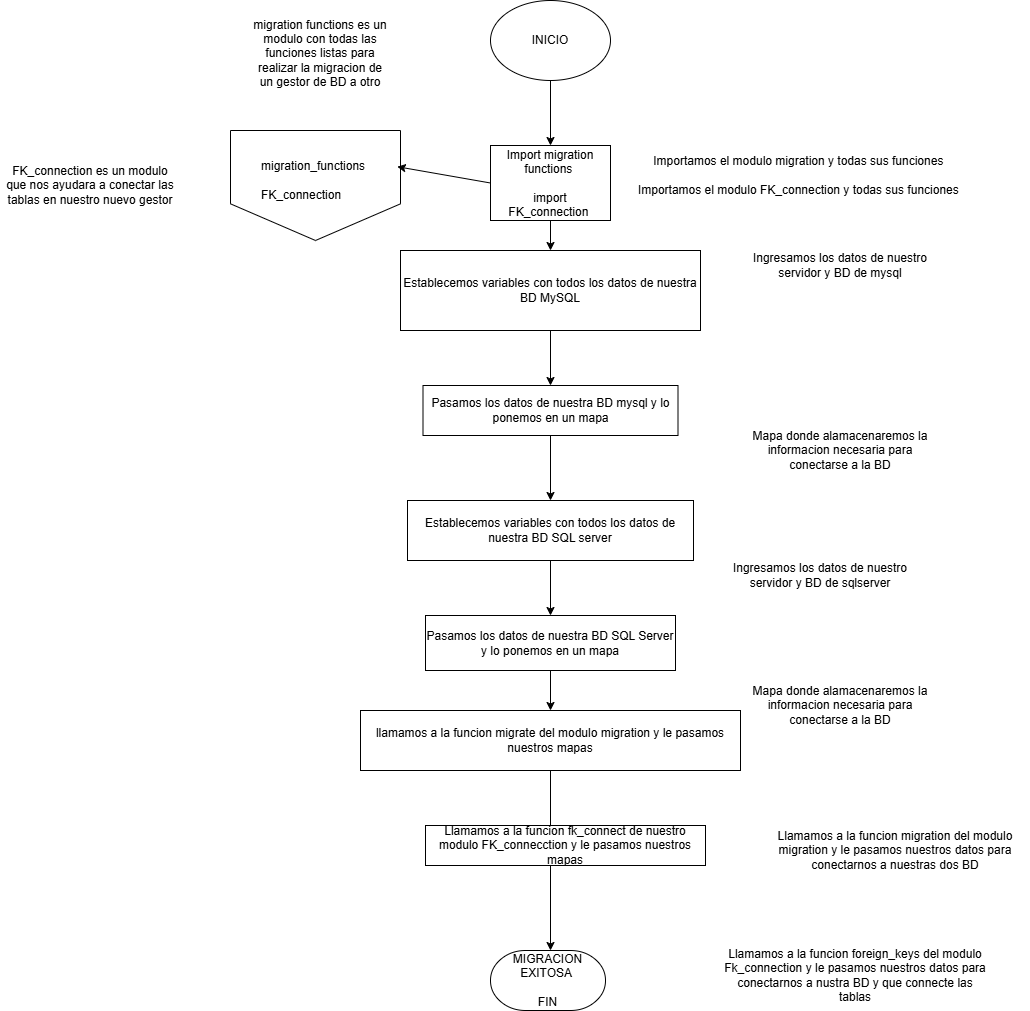
Before: Documentación/Diagramas/MIGRATION/Main.drawio.png, a diagram exported from draw.io (AlfredoZC/Coffee-shop). Source tidied: cells renumbered, new cells last; positions are measured from the earlier drawing's top-left corner, leaving out a move shared by most shapes.
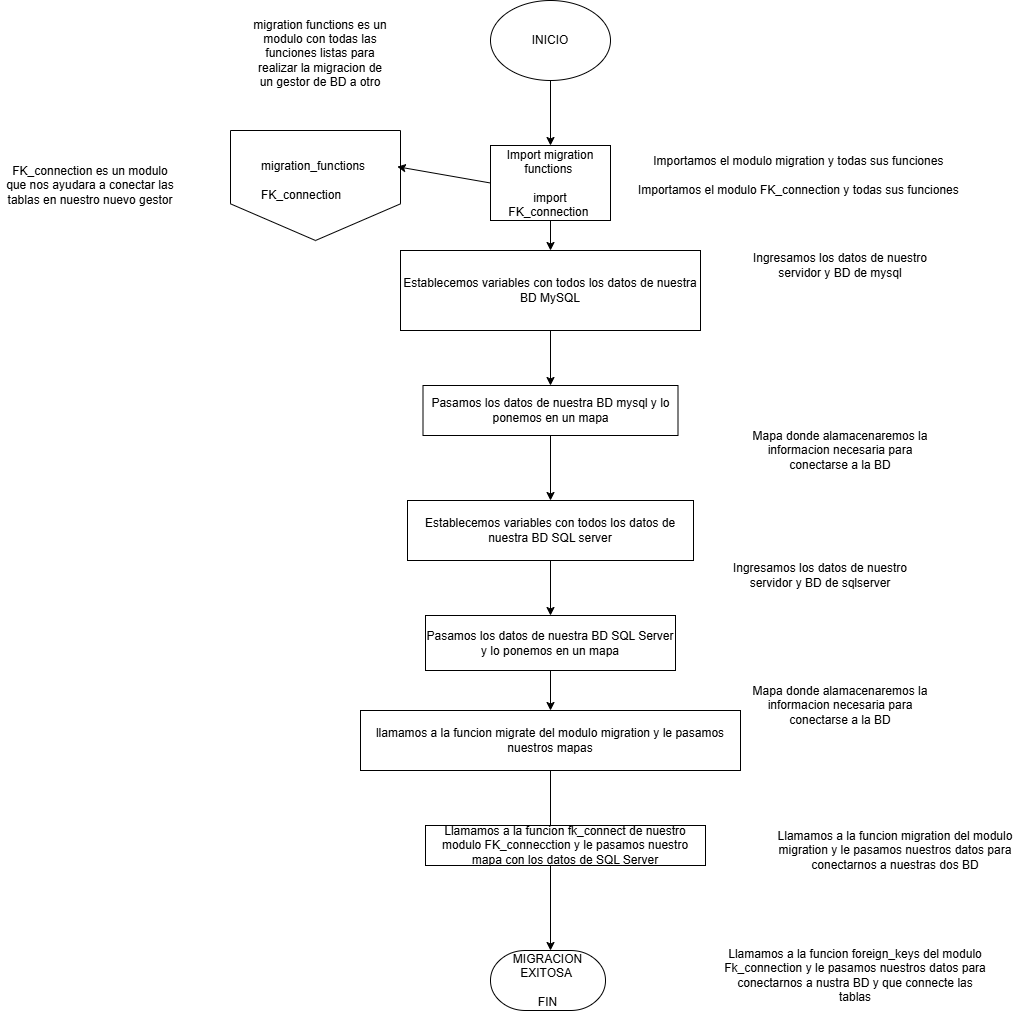
The same file after the commit.

What changed in the source:
```diff
@@ -85,7 +85,7 @@
     <mxCell id="28" value="FK_connection es un modulo que nos ayudara a conectar las tablas en nuestro nuevo gestor" style="text;html=1;align=center;verticalAlign=middle;whiteSpace=wrap;rounded=0;" parent="1" vertex="1">
       <mxGeometry y="170" width="180" height="30" as="geometry" />
     </mxCell>
-    <mxCell id="29" value="Llamamos a la funcion fk_connect de nuestro modulo FK_connecction y le pasamos nuestros mapas" style="rounded=0;whiteSpace=wrap;html=1;" parent="1" vertex="1">
+    <mxCell id="29" value="Llamamos a la funcion fk_connect de nuestro modulo FK_connecction y le pasamos nuestro mapa con los datos de SQL Server" style="rounded=0;whiteSpace=wrap;html=1;" parent="1" vertex="1">
       <mxGeometry x="425" y="825" width="280" height="40" as="geometry" />
     </mxCell>
     <mxCell id="30" value="Llamamos a la funcion foreign_keys del modulo Fk_connection y le pasamos nuestros datos para conectarnos a nustra BD y que connecte las tablas" style="text;html=1;align=center;verticalAlign=middle;whiteSpace=wrap;rounded=0;" parent="1" vertex="1">
```
